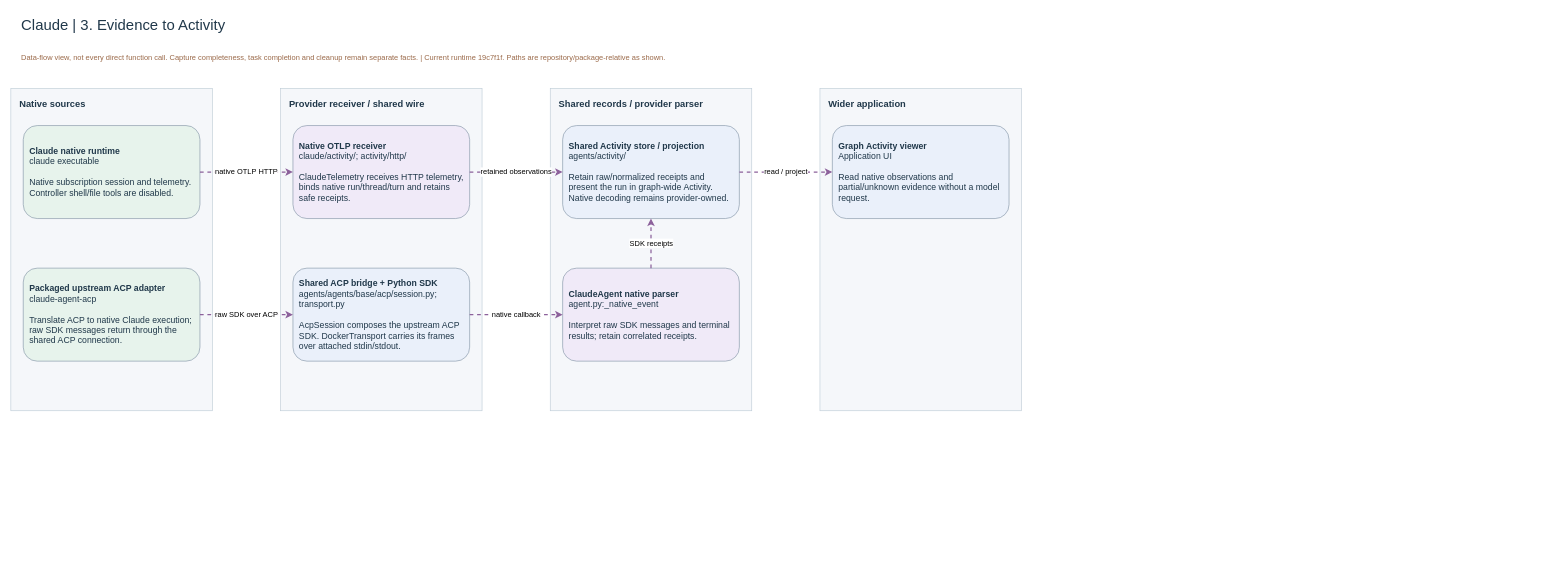
Before: page "3. Evidence to Activity" (3 of 3) of docs/features/agents/assets/provider-interactions/claude-custom-code.drawio in amadou-6e/laomedo, a draw.io diagram. Source tidied: cells renumbered, new cells numbered last; positions are measured from the earlier drawing's top-left corner, leaving out a move shared by most shapes. Both pictures are drawn from the tidied source at 62%, with x=0, y=0 at pixel (11, 11).
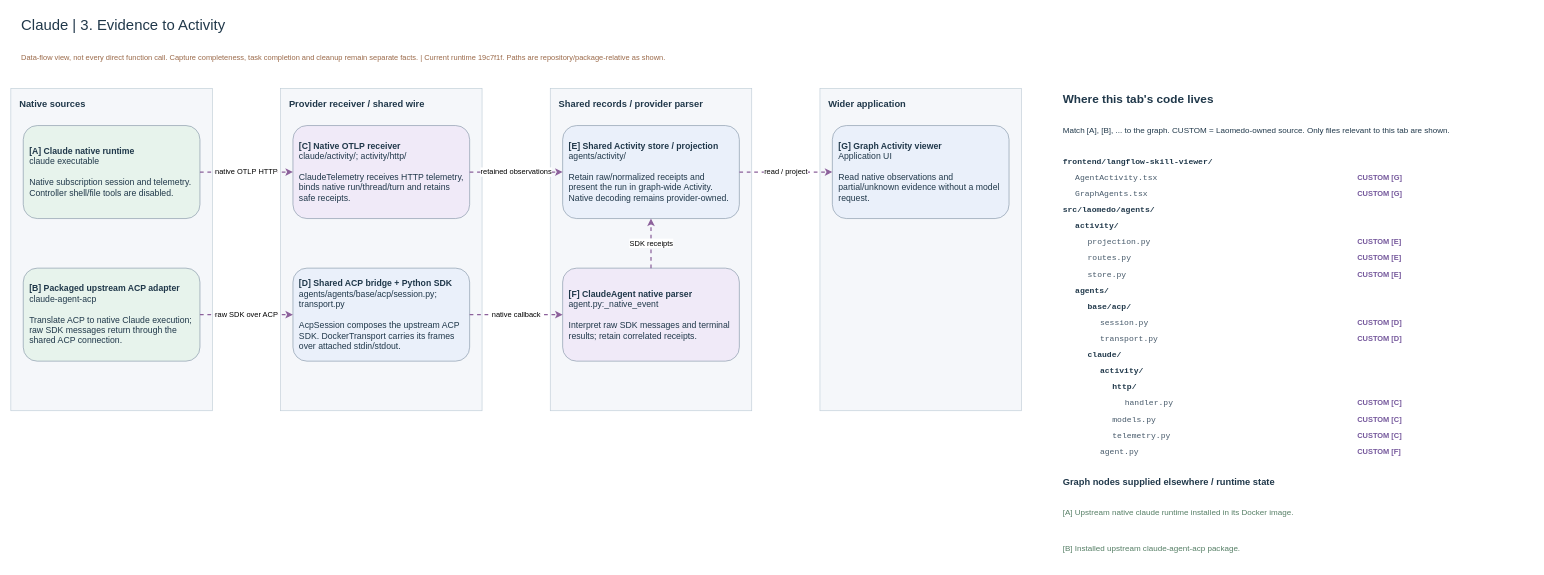
After the change.

The change refers to these unchanged cells:
```xml
<mxCell id="4" value="Native sources" style="rounded=0;whiteSpace=wrap;html=1;resizeChildren=0;align=left;verticalAlign=top;spacingLeft=12;spacingTop=10;fillColor=#F5F7FA;strokeColor=#BDCBD6;fontColor=#20384A;fontSize=15;fontStyle=1;" parent="1" vertex="1">
  <mxGeometry y="125" width="325" height="520" as="geometry" />
</mxCell>
<mxCell id="7" value="Provider receiver / shared wire" style="rounded=0;whiteSpace=wrap;html=1;resizeChildren=0;align=left;verticalAlign=top;spacingLeft=12;spacingTop=10;fillColor=#F5F7FA;strokeColor=#BDCBD6;fontColor=#20384A;fontSize=15;fontStyle=1;" parent="1" vertex="1">
  <mxGeometry x="435" y="125" width="325" height="520" as="geometry" />
</mxCell>
<mxCell id="10" value="Shared records / provider parser" style="rounded=0;whiteSpace=wrap;html=1;resizeChildren=0;align=left;verticalAlign=top;spacingLeft=12;spacingTop=10;fillColor=#F5F7FA;strokeColor=#BDCBD6;fontColor=#20384A;fontSize=15;fontStyle=1;" parent="1" vertex="1">
  <mxGeometry x="870" y="125" width="325" height="520" as="geometry" />
</mxCell>
<mxCell id="13" value="Wider application" style="rounded=0;whiteSpace=wrap;html=1;resizeChildren=0;align=left;verticalAlign=top;spacingLeft=12;spacingTop=10;fillColor=#F5F7FA;strokeColor=#BDCBD6;fontColor=#20384A;fontSize=15;fontStyle=1;" parent="1" vertex="1">
  <mxGeometry x="1305" y="125" width="325" height="520" as="geometry" />
</mxCell>
```

What changed in the source:
```diff
@@
-    <mxCell id="5" value="&lt;b&gt;Claude native runtime&lt;/b&gt;&lt;br/&gt;claude executable&lt;br/&gt;&lt;br/&gt;Native subscription session and telemetry. Controller shell/file tools are disabled." style="shape=rectangle;rounded=1;whiteSpace=wrap;html=1;align=left;verticalAlign=middle;spacing=10;fillColor=#E7F3EC;strokeColor=#8193A5;fontColor=#20384A;fontSize=14;" parent="4" vertex="1">
+    <mxCell id="5" value="&lt;b&gt;[A] Claude native runtime&lt;/b&gt;&lt;br/&gt;claude executable&lt;br/&gt;&lt;br/&gt;Native subscription session and telemetry. Controller shell/file tools are disabled." style="shape=rectangle;rounded=1;whiteSpace=wrap;html=1;align=left;verticalAlign=middle;spacing=10;fillColor=#E7F3EC;strokeColor=#8193A5;fontColor=#20384A;fontSize=14;" parent="4" vertex="1">
       <mxGeometry x="20" y="60" width="285" height="150" as="geometry" />
     </mxCell>
-    <mxCell id="6" value="&lt;b&gt;Packaged upstream ACP adapter&lt;/b&gt;&lt;br/&gt;claude-agent-acp&lt;br/&gt;&lt;br/&gt;Translate ACP to native Claude execution; raw SDK messages return through the shared ACP connection." style="shape=rectangle;rounded=1;whiteSpace=wrap;html=1;align=left;verticalAlign=middle;spacing=10;fillColor=#E7F3EC;strokeColor=#8193A5;fontColor=#20384A;fontSize=14;" parent="4" vertex="1">
+    <mxCell id="6" value="&lt;b&gt;[B] Packaged upstream ACP adapter&lt;/b&gt;&lt;br/&gt;claude-agent-acp&lt;br/&gt;&lt;br/&gt;Translate ACP to native Claude execution; raw SDK messages return through the shared ACP connection." style="shape=rectangle;rounded=1;whiteSpace=wrap;html=1;align=left;verticalAlign=middle;spacing=10;fillColor=#E7F3EC;strokeColor=#8193A5;fontColor=#20384A;fontSize=14;" parent="4" vertex="1">
       <mxGeometry x="20" y="290" width="285" height="150" as="geometry" />
     </mxCell>
@@
-    <mxCell id="8" value="&lt;b&gt;Native OTLP receiver&lt;/b&gt;&lt;br/&gt;claude/activity/; activity/http/&lt;br/&gt;&lt;br/&gt;ClaudeTelemetry receives HTTP telemetry, binds native run/thread/turn and retains safe receipts." style="shape=rectangle;rounded=1;whiteSpace=wrap;html=1;align=left;verticalAlign=middle;spacing=10;fillColor=#F0EAF8;strokeColor=#8193A5;fontColor=#20384A;fontSize=14;" parent="7" vertex="1">
+    <mxCell id="8" value="&lt;b&gt;[C] Native OTLP receiver&lt;/b&gt;&lt;br/&gt;claude/activity/; activity/http/&lt;br/&gt;&lt;br/&gt;ClaudeTelemetry receives HTTP telemetry, binds native run/thread/turn and retains safe receipts." style="shape=rectangle;rounded=1;whiteSpace=wrap;html=1;align=left;verticalAlign=middle;spacing=10;fillColor=#F0EAF8;strokeColor=#8193A5;fontColor=#20384A;fontSize=14;" parent="7" vertex="1">
       <mxGeometry x="20" y="60" width="285" height="150" as="geometry" />
     </mxCell>
-    <mxCell id="9" value="&lt;b&gt;Shared ACP bridge + Python SDK&lt;/b&gt;&lt;br/&gt;agents/agents/base/acp/session.py; transport.py&lt;br/&gt;&lt;br/&gt;AcpSession composes the upstream ACP SDK. DockerTransport carries its frames over attached stdin/stdout." style="shape=rectangle;rounded=1;whiteSpace=wrap;html=1;align=left;verticalAlign=middle;spacing=10;fillColor=#EAF0FA;strokeColor=#8193A5;fontColor=#20384A;fontSize=14;" parent="7" vertex="1">
+    <mxCell id="9" value="&lt;b&gt;[D] Shared ACP bridge + Python SDK&lt;/b&gt;&lt;br/&gt;agents/agents/base/acp/session.py; transport.py&lt;br/&gt;&lt;br/&gt;AcpSession composes the upstream ACP SDK. DockerTransport carries its frames over attached stdin/stdout." style="shape=rectangle;rounded=1;whiteSpace=wrap;html=1;align=left;verticalAlign=middle;spacing=10;fillColor=#EAF0FA;strokeColor=#8193A5;fontColor=#20384A;fontSize=14;" parent="7" vertex="1">
       <mxGeometry x="20" y="290" width="285" height="150" as="geometry" />
     </mxCell>
@@
-    <mxCell id="11" value="&lt;b&gt;Shared Activity store / projection&lt;/b&gt;&lt;br/&gt;agents/activity/&lt;br/&gt;&lt;br/&gt;Retain raw/normalized receipts and present the run in graph-wide Activity. Native decoding remains provider-owned." style="shape=rectangle;rounded=1;whiteSpace=wrap;html=1;align=left;verticalAlign=middle;spacing=10;fillColor=#EAF0FA;strokeColor=#8193A5;fontColor=#20384A;fontSize=14;" parent="10" vertex="1">
+    <mxCell id="11" value="&lt;b&gt;[E] Shared Activity store / projection&lt;/b&gt;&lt;br/&gt;agents/activity/&lt;br/&gt;&lt;br/&gt;Retain raw/normalized receipts and present the run in graph-wide Activity. Native decoding remains provider-owned." style="shape=rectangle;rounded=1;whiteSpace=wrap;html=1;align=left;verticalAlign=middle;spacing=10;fillColor=#EAF0FA;strokeColor=#8193A5;fontColor=#20384A;fontSize=14;" parent="10" vertex="1">
       <mxGeometry x="20" y="60" width="285" height="150" as="geometry" />
     </mxCell>
-    <mxCell id="12" value="&lt;b&gt;ClaudeAgent native parser&lt;/b&gt;&lt;br/&gt;agent.py:_native_event&lt;br/&gt;&lt;br/&gt;Interpret raw SDK messages and terminal results; retain correlated receipts." style="shape=rectangle;rounded=1;whiteSpace=wrap;html=1;align=left;verticalAlign=middle;spacing=10;fillColor=#F0EAF8;strokeColor=#8193A5;fontColor=#20384A;fontSize=14;" parent="10" vertex="1">
+    <mxCell id="12" value="&lt;b&gt;[F] ClaudeAgent native parser&lt;/b&gt;&lt;br/&gt;agent.py:_native_event&lt;br/&gt;&lt;br/&gt;Interpret raw SDK messages and terminal results; retain correlated receipts." style="shape=rectangle;rounded=1;whiteSpace=wrap;html=1;align=left;verticalAlign=middle;spacing=10;fillColor=#F0EAF8;strokeColor=#8193A5;fontColor=#20384A;fontSize=14;" parent="10" vertex="1">
       <mxGeometry x="20" y="290" width="285" height="150" as="geometry" />
     </mxCell>
@@
-    <mxCell id="14" value="&lt;b&gt;Graph Activity viewer&lt;/b&gt;&lt;br/&gt;Application UI&lt;br/&gt;&lt;br/&gt;Read native observations and partial/unknown evidence without a model request." style="shape=rectangle;rounded=1;whiteSpace=wrap;html=1;align=left;verticalAlign=middle;spacing=10;fillColor=#EAF0FA;strokeColor=#8193A5;fontColor=#20384A;fontSize=14;" parent="13" vertex="1">
+    <mxCell id="14" value="&lt;b&gt;[G] Graph Activity viewer&lt;/b&gt;&lt;br/&gt;Application UI&lt;br/&gt;&lt;br/&gt;Read native observations and partial/unknown evidence without a model request." style="shape=rectangle;rounded=1;whiteSpace=wrap;html=1;align=left;verticalAlign=middle;spacing=10;fillColor=#EAF0FA;strokeColor=#8193A5;fontColor=#20384A;fontSize=14;" parent="13" vertex="1">
       <mxGeometry x="20" y="60" width="285" height="150" as="geometry" />
     </mxCell>
@@
+    <mxCell id="21" value="Where this tab&amp;#x27;s code lives" style="text;html=1;whiteSpace=wrap;align=left;verticalAlign=middle;strokeColor=none;fillColor=none;fontFamily=Arial;fontSize=19;fontColor=#20384A;fontStyle=1;" parent="1" vertex="1">
+      <mxGeometry x="1695" y="125" width="760" height="35" as="geometry" />
+    </mxCell>
+    <mxCell id="22" value="Match [A], [B], ... to the graph. CUSTOM = Laomedo-owned source. Only files relevant to this tab are shown." style="text;html=1;whiteSpace=wrap;align=left;verticalAlign=middle;strokeColor=none;fillColor=none;fontFamily=Arial;fontSize=13;fontColor=#20384A;fontStyle=0;" parent="1" vertex="1">
+      <mxGeometry x="1695" y="165" width="760" height="55" as="geometry" />
+    </mxCell>
+    <mxCell id="23" value="frontend/langflow-skill-viewer/" style="text;html=1;whiteSpace=wrap;align=left;verticalAlign=middle;strokeColor=none;fillColor=none;fontFamily=Consolas;fontSize=13;fontColor=#20384A;fontStyle=1;" parent="1" vertex="1">
+      <mxGeometry x="1695" y="230" width="465" height="25" as="geometry" />
+    </mxCell>
+    <mxCell id="24" value="AgentActivity.tsx" style="text;html=1;whiteSpace=wrap;align=left;verticalAlign=middle;strokeColor=none;fillColor=none;fontFamily=Consolas;fontSize=13;fontColor=#455869;fontStyle=0;" parent="1" vertex="1">
+      <mxGeometry x="1715" y="256" width="445" height="25" as="geometry" />
+    </mxCell>
+    <mxCell id="25" value="CUSTOM  [G]" style="text;html=1;whiteSpace=wrap;align=left;verticalAlign=middle;strokeColor=none;fillColor=none;fontFamily=Arial;fontSize=12;fontColor=#75589C;fontStyle=1;" parent="1" vertex="1">
+      <mxGeometry x="2170" y="256" width="280" height="25" as="geometry" />
+    </mxCell>
+    <mxCell id="26" value="GraphAgents.tsx" style="text;html=1;whiteSpace=wrap;align=left;verticalAlign=middle;strokeColor=none;fillColor=none;fontFamily=Consolas;fontSize=13;fontColor=#455869;fontStyle=0;" parent="1" vertex="1">
+      <mxGeometry x="1715" y="282" width="445" height="25" as="geometry" />
+    </mxCell>
+    <mxCell id="27" value="CUSTOM  [G]" style="text;html=1;whiteSpace=wrap;align=left;verticalAlign=middle;strokeColor=none;fillColor=none;fontFamily=Arial;fontSize=12;fontColor=#75589C;fontStyle=1;" parent="1" vertex="1">
+      <mxGeometry x="2170" y="282" width="280" height="25" as="geometry" />
+    </mxCell>
+    <mxCell id="28" value="src/laomedo/agents/" style="text;html=1;whiteSpace=wrap;align=left;verticalAlign=middle;strokeColor=none;fillColor=none;fontFamily=Consolas;fontSize=13;fontColor=#20384A;fontStyle=1;" parent="1" vertex="1">
+      <mxGeometry x="1695" y="308" width="465" height="25" as="geometry" />
+    </mxCell>
+    <mxCell id="29" value="activity/" style="text;html=1;whiteSpace=wrap;align=left;verticalAlign=middle;strokeColor=none;fillColor=none;fontFamily=Consolas;fontSize=13;fontColor=#20384A;fontStyle=1;" parent="1" vertex="1">
+      <mxGeometry x="1715" y="334" width="445" height="25" as="geometry" />
+    </mxCell>
+    <mxCell id="30" value="projection.py" style="text;html=1;whiteSpace=wrap;align=left;verticalAlign=middle;strokeColor=none;fillColor=none;fontFamily=Consolas;fontSize=13;fontColor=#455869;fontStyle=0;" parent="1" vertex="1">
+      <mxGeometry x="1735" y="360" width="425" height="25" as="geometry" />
+    </mxCell>
+    <mxCell id="31" value="CUSTOM  [E]" style="text;html=1;whiteSpace=wrap;align=left;verticalAlign=middle;strokeColor=none;fillColor=none;fontFamily=Arial;fontSize=12;fontColor=#75589C;fontStyle=1;" parent="1" vertex="1">
+      <mxGeometry x="2170" y="360" width="280" height="25" as="geometry" />
+    </mxCell>
+    <mxCell id="32" value="routes.py" style="text;html=1;whiteSpace=wrap;align=left;verticalAlign=middle;strokeColor=none;fillColor=none;fontFamily=Consolas;fontSize=13;fontColor=#455869;fontStyle=0;" parent="1" vertex="1">
+      <mxGeometry x="1735" y="386" width="425" height="25" as="geometry" />
+    </mxCell>
+    <mxCell id="33" value="CUSTOM  [E]" style="text;html=1;whiteSpace=wrap;align=left;verticalAlign=middle;strokeColor=none;fillColor=none;fontFamily=Arial;fontSize=12;fontColor=#75589C;fontStyle=1;" parent="1" vertex="1">
+      <mxGeometry x="2170" y="386" width="280" height="25" as="geometry" />
+    </mxCell>
+    <mxCell id="34" value="store.py" style="text;html=1;whiteSpace=wrap;align=left;verticalAlign=middle;strokeColor=none;fillColor=none;fontFamily=Consolas;fontSize=13;fontColor=#455869;fontStyle=0;" parent="1" vertex="1">
+      <mxGeometry x="1735" y="412" width="425" height="25" as="geometry" />
+    </mxCell>
+    <mxCell id="35" value="CUSTOM  [E]" style="text;html=1;whiteSpace=wrap;align=left;verticalAlign=middle;strokeColor=none;fillColor=none;fontFamily=Arial;fontSize=12;fontColor=#75589C;fontStyle=1;" parent="1" vertex="1">
+      <mxGeometry x="2170" y="412" width="280" height="25" as="geometry" />
+    </mxCell>
+    <mxCell id="36" value="agents/" style="text;html=1;whiteSpace=wrap;align=left;verticalAlign=middle;strokeColor=none;fillColor=none;fontFamily=Consolas;fontSize=13;fontColor=#20384A;fontStyle=1;" parent="1" vertex="1">
+      <mxGeometry x="1715" y="438" width="445" height="25" as="geometry" />
+    </mxCell>
+    <mxCell id="37" value="base/acp/" style="text;html=1;whiteSpace=wrap;align=left;verticalAlign=middle;strokeColor=none;fillColor=none;fontFamily=Consolas;fontSize=13;fontColor=#20384A;fontStyle=1;" parent="1" vertex="1">
+      <mxGeometry x="1735" y="464" width="425" height="25" as="geometry" />
+    </mxCell>
+    <mxCell id="38" value="session.py" style="text;html=1;whiteSpace=wrap;align=left;verticalAlign=middle;strokeColor=none;fillColor=none;fontFamily=Consolas;fontSize=13;fontColor=#455869;fontStyle=0;" parent="1" vertex="1">
+      <mxGeometry x="1755" y="490" width="405" height="25" as="geometry" />
+    </mxCell>
+    <mxCell id="39" value="CUSTOM  [D]" style="text;html=1;whiteSpace=wrap;align=left;verticalAlign=middle;strokeColor=none;fillColor=none;fontFamily=Arial;fontSize=12;fontColor=#75589C;fontStyle=1;" parent="1" vertex="1">
+      <mxGeometry x="2170" y="490" width="280" height="25" as="geometry" />
+    </mxCell>
+    <mxCell id="40" value="transport.py" style="text;html=1;whiteSpace=wrap;align=left;verticalAlign=middle;strokeColor=none;fillColor=none;fontFamily=Consolas;fontSize=13;fontColor=#455869;fontStyle=0;" parent="1" vertex="1">
+      <mxGeometry x="1755" y="516" width="405" height="25" as="geometry" />
+    </mxCell>
+    <mxCell id="41" value="CUSTOM  [D]" style="text;html=1;whiteSpace=wrap;align=left;verticalAlign=middle;strokeColor=none;fillColor=none;fontFamily=Arial;fontSize=12;fontColor=#75589C;fontStyle=1;" parent="1" vertex="1">
+      <mxGeometry x="2170" y="516" width="280" height="25" as="geometry" />
+    </mxCell>
+    <mxCell id="42" value="claude/" style="text;html=1;whiteSpace=wrap;align=left;verticalAlign=middle;strokeColor=none;fillColor=none;fontFamily=Consolas;fontSize=13;fontColor=#20384A;fontStyle=1;" parent="1" vertex="1">
+      <mxGeometry x="1735" y="542" width="425" height="25" as="geometry" />
+    </mxCell>
+    <mxCell id="43" value="activity/" style="text;html=1;whiteSpace=wrap;align=left;verticalAlign=middle;strokeColor=none;fillColor=none;fontFamily=Consolas;fontSize=13;fontColor=#20384A;fontStyle=1;" parent="1" vertex="1">
+      <mxGeometry x="1755" y="568" width="405" height="25" as="geometry" />
+    </mxCell>
+    <mxCell id="44" value="http/" style="text;html=1;whiteSpace=wrap;align=left;verticalAlign=middle;strokeColor=none;fillColor=none;fontFamily=Consolas;fontSize=13;fontColor=#20384A;fontStyle=1;" parent="1" vertex="1">
+      <mxGeometry x="1775" y="594" width="385" height="25" as="geometry" />
+    </mxCell>
+    <mxCell id="45" value="handler.py" style="text;html=1;whiteSpace=wrap;align=left;verticalAlign=middle;strokeColor=none;fillColor=none;fontFamily=Consolas;fontSize=13;fontColor=#455869;fontStyle=0;" parent="1" vertex="1">
+      <mxGeometry x="1795" y="620" width="365" height="25" as="geometry" />
+    </mxCell>
+    <mxCell id="46" value="CUSTOM  [C]" style="text;html=1;whiteSpace=wrap;align=left;verticalAlign=middle;strokeColor=none;fillColor=none;fontFamily=Arial;fontSize=12;fontColor=#75589C;fontStyle=1;" parent="1" vertex="1">
+      <mxGeometry x="2170" y="620" width="280" height="25" as="geometry" />
+    </mxCell>
+    <mxCell id="47" value="models.py" style="text;html=1;whiteSpace=wrap;align=left;verticalAlign=middle;strokeColor=none;fillColor=none;fontFamily=Consolas;fontSize=13;fontColor=#455869;fontStyle=0;" parent="1" vertex="1">
+      <mxGeometry x="1775" y="646" width="385" height="25" as="geometry" />
+    </mxCell>
+    <mxCell id="48" value="CUSTOM  [C]" style="text;html=1;whiteSpace=wrap;align=left;verticalAlign=middle;strokeColor=none;fillColor=none;fontFamily=Arial;fontSize=12;fontColor=#75589C;fontStyle=1;" parent="1" vertex="1">
+      <mxGeometry x="2170" y="646" width="280" height="25" as="geometry" />
+    </mxCell>
+    <mxCell id="49" value="telemetry.py" style="text;html=1;whiteSpace=wrap;align=left;verticalAlign=middle;strokeColor=none;fillColor=none;fontFamily=Consolas;fontSize=13;fontColor=#455869;fontStyle=0;" parent="1" vertex="1">
+      <mxGeometry x="1775" y="672" width="385" height="25" as="geometry" />
+    </mxCell>
+    <mxCell id="50" value="CUSTOM  [C]" style="text;html=1;whiteSpace=wrap;align=left;verticalAlign=middle;strokeColor=none;fillColor=none;fontFamily=Arial;fontSize=12;fontColor=#75589C;fontStyle=1;" parent="1" vertex="1">
+      <mxGeometry x="2170" y="672" width="280" height="25" as="geometry" />
+    </mxCell>
+    <mxCell id="51" value="agent.py" style="text;html=1;whiteSpace=wrap;align=left;verticalAlign=middle;strokeColor=none;fillColor=none;fontFamily=Consolas;fontSize=13;fontColor=#455869;fontStyle=0;" parent="1" vertex="1">
+      <mxGeometry x="1755" y="698" width="405" height="25" as="geometry" />
+    </mxCell>
+    <mxCell id="52" value="CUSTOM  [F]" style="text;html=1;whiteSpace=wrap;align=left;verticalAlign=middle;strokeColor=none;fillColor=none;fontFamily=Arial;fontSize=12;fontColor=#75589C;fontStyle=1;" parent="1" vertex="1">
+      <mxGeometry x="2170" y="698" width="280" height="25" as="geometry" />
+    </mxCell>
+    <mxCell id="53" value="Graph nodes supplied elsewhere / runtime state" style="text;html=1;whiteSpace=wrap;align=left;verticalAlign=middle;strokeColor=none;fillColor=none;fontFamily=Arial;fontSize=15;fontColor=#20384A;fontStyle=1;" parent="1" vertex="1">
+      <mxGeometry x="1695" y="742" width="760" height="35" as="geometry" />
+    </mxCell>
+    <mxCell id="54" value="[A] Upstream native claude runtime installed in its Docker image." style="text;html=1;whiteSpace=wrap;align=left;verticalAlign=middle;strokeColor=none;fillColor=none;fontFamily=Arial;fontSize=13;fontColor=#557E65;fontStyle=0;" parent="1" vertex="1">
+      <mxGeometry x="1695" y="782" width="760" height="53" as="geometry" />
+    </mxCell>
+    <mxCell id="55" value="[B] Installed upstream claude-agent-acp package." style="text;html=1;whiteSpace=wrap;align=left;verticalAlign=middle;strokeColor=none;fillColor=none;fontFamily=Arial;fontSize=13;fontColor=#557E65;fontStyle=0;" parent="1" vertex="1">
+      <mxGeometry x="1695" y="840" width="760" height="53" as="geometry" />
+    </mxCell>
```
